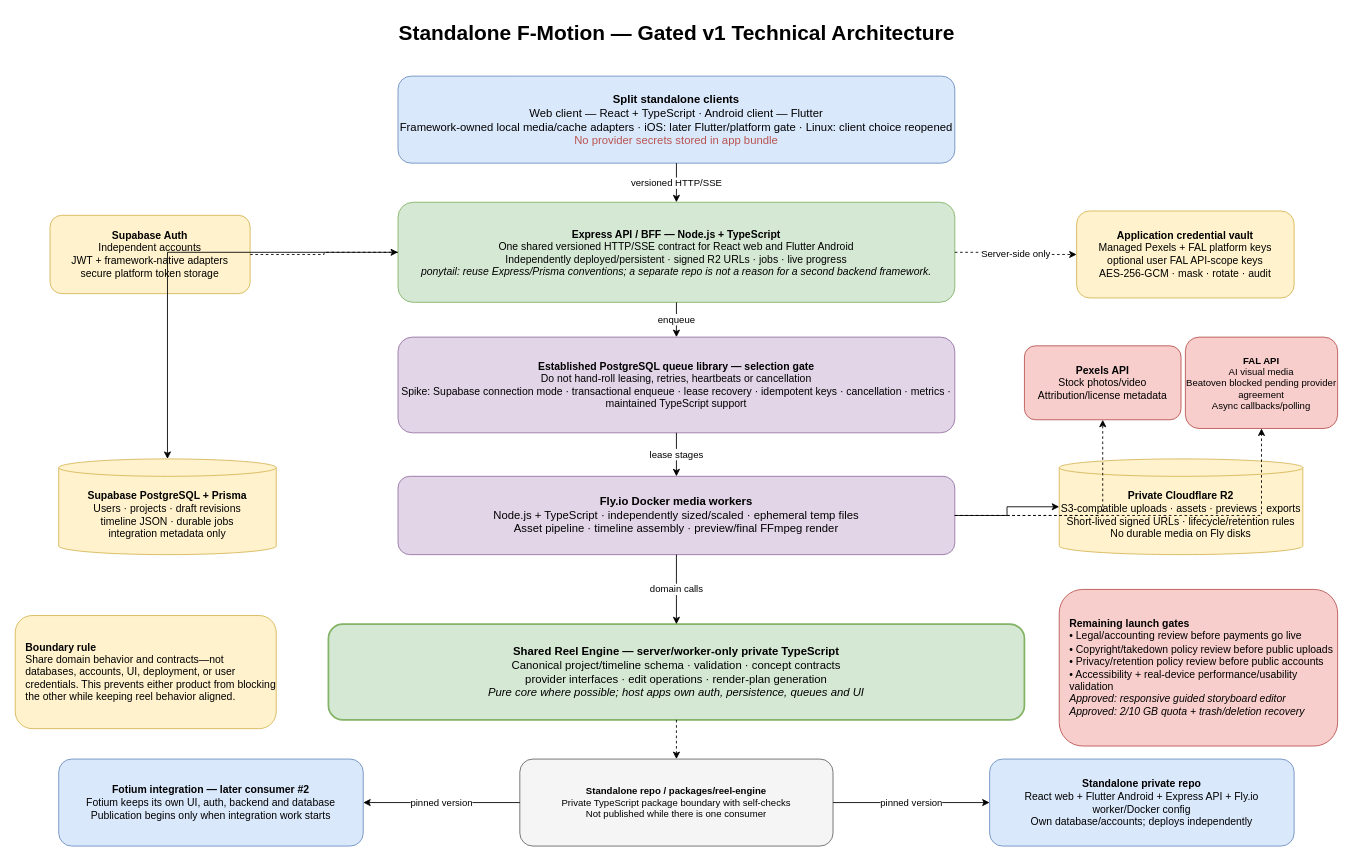
The draw.io diagram page "2. Technical Architecture" (2 of 11) of docs/architecture/f-motion.drawio in ivanillka/f-motion, before the edit. Source tidied: cells renumbered, new cells numbered last; positions are measured from the earlier drawing's top-left corner, leaving out a move shared by most shapes. Both pictures are drawn from the tidied source at 87%, with x=0, y=0 at pixel (15, 15).
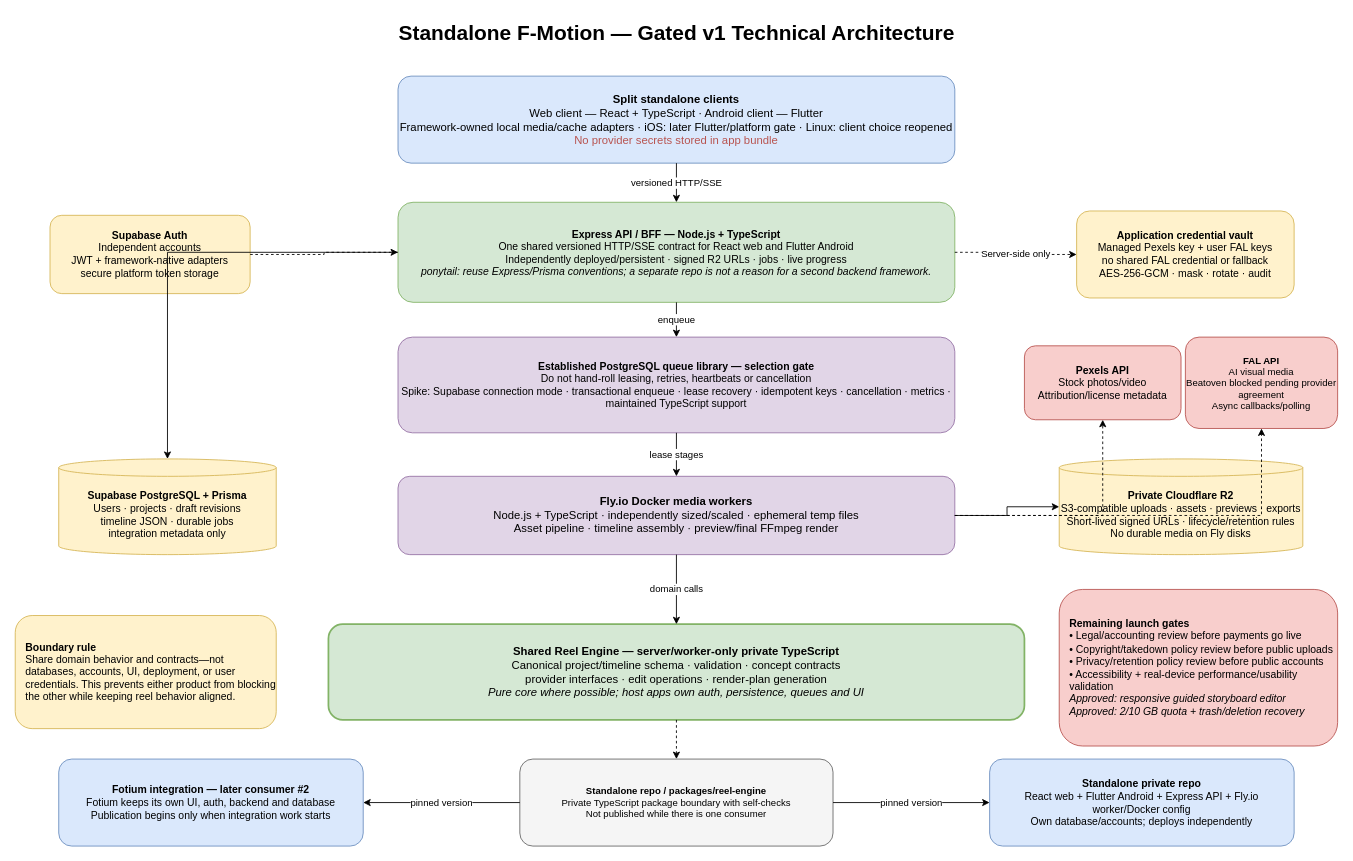
Above is the later version.

Change to the diagram source:
```diff
@@
-    <mxCell id="6" value="&lt;b&gt;Application credential vault&lt;/b&gt;&lt;br&gt;Managed Pexels + FAL platform keys&lt;br&gt;optional user FAL API-scope keys&lt;br&gt;AES-256-GCM · mask · rotate · audit" style="rounded=1;whiteSpace=wrap;html=1;fillColor=#fff2cc;strokeColor=#d6b656;fontSize=12;" parent="1" vertex="1">
+    <mxCell id="6" value="&lt;b&gt;Application credential vault&lt;/b&gt;&lt;br&gt;Managed Pexels key + user FAL keys&lt;br&gt;no shared FAL credential or fallback&lt;br&gt;AES-256-GCM · mask · rotate · audit" style="rounded=1;whiteSpace=wrap;html=1;fillColor=#fff2cc;strokeColor=#d6b656;fontSize=12;" parent="1" vertex="1">
       <mxGeometry x="1220" y="225" width="250" height="100" as="geometry" />
     </mxCell>
```
